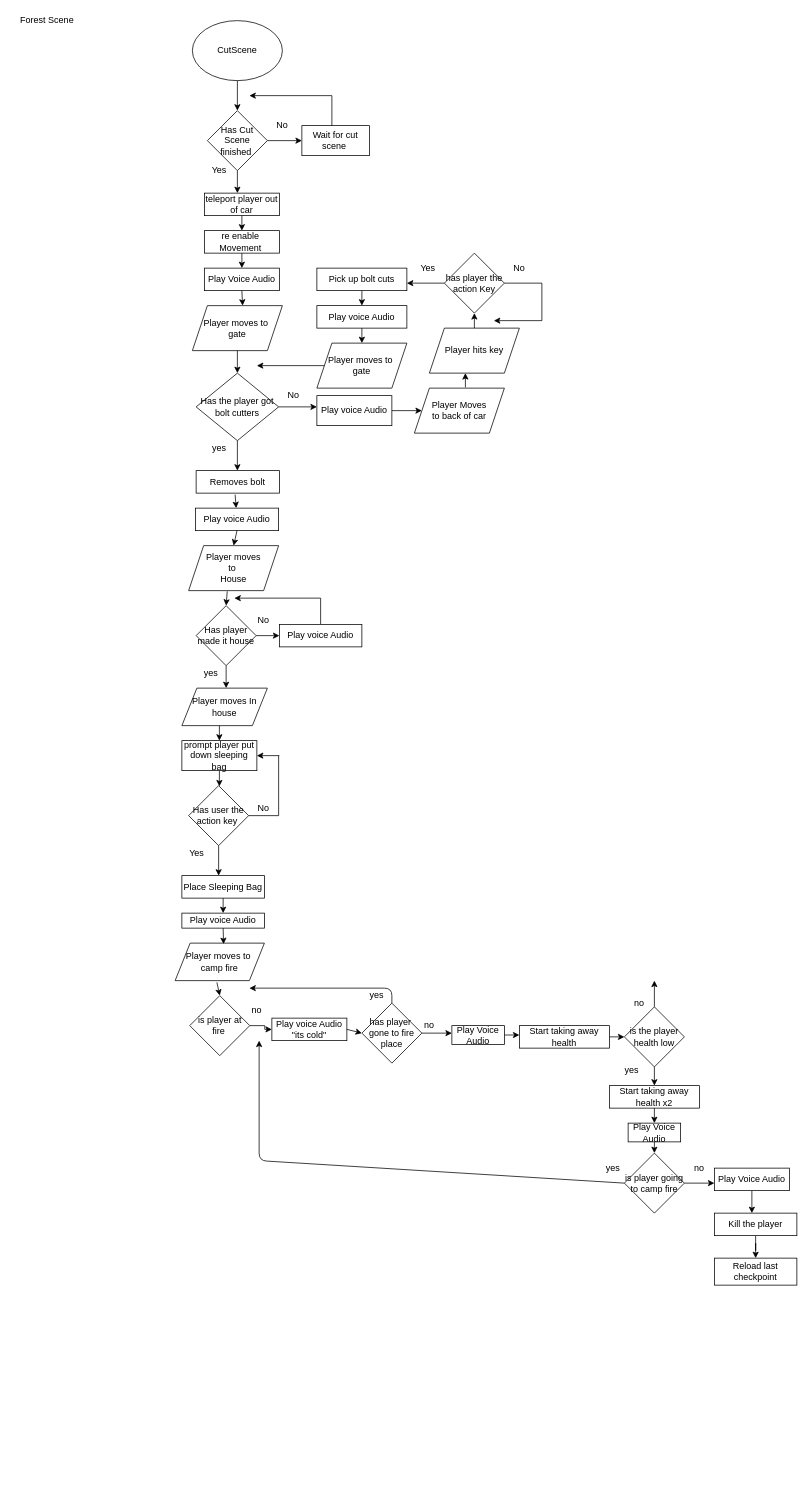
Above: page "Page-2" (2 of 2) of Untitled Diagram.drawio in bennyboy743/Walk-In-Woods-Main (draw.io), before the change. Source tidied: cells renumbered, new cells numbered last; positions are measured from the earlier drawing's top-left corner, leaving out a move shared by most shapes. Both pictures are drawn from the tidied source at 75%, with x=0, y=0 at pixel (13, 13).
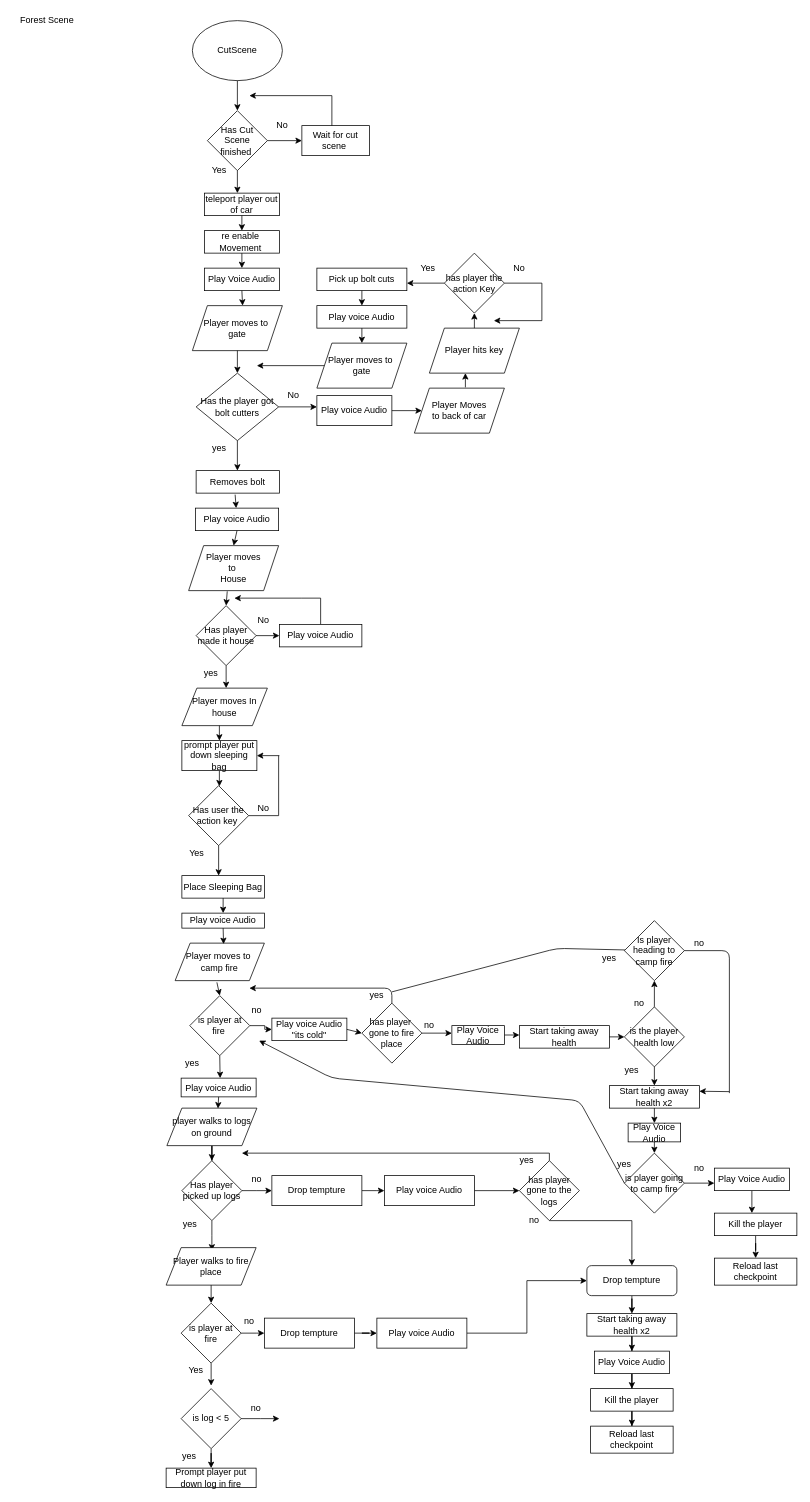
The same diagram, later.

The change refers to these unchanged cells:
```xml
<mxCell id="75" value="is player at fire&amp;nbsp;" style="rhombus;whiteSpace=wrap;html=1;" parent="1" vertex="1">
  <mxGeometry x="235.5" y="1310" width="80" height="80" as="geometry" />
</mxCell>
<mxCell id="84" value="yes" style="text;html=1;strokeColor=none;fillColor=none;align=center;verticalAlign=middle;whiteSpace=wrap;rounded=0;" parent="1" vertex="1">
  <mxGeometry x="465" y="1300" width="40" height="20" as="geometry" />
</mxCell>
<mxCell id="94" value="Start taking away health x2" style="rounded=0;whiteSpace=wrap;html=1;" parent="1" vertex="1">
  <mxGeometry x="795" y="1430" width="120" height="30" as="geometry" />
</mxCell>
<mxCell id="97" value="is player going to camp fire" style="rhombus;whiteSpace=wrap;html=1;" parent="1" vertex="1">
  <mxGeometry x="815" y="1520" width="80" height="80" as="geometry" />
</mxCell>
```

What changed in the source:
```diff
@@
     <mxCell id="99" style="endArrow=classic;html=1;exitX=0;exitY=0.5;exitDx=0;exitDy=0;" parent="1" edge="1" source="97">
       <mxGeometry relative="1" as="geometry">
         <mxPoint x="328" y="1370" as="targetPoint" />
         <Array as="points">
-          <mxPoint x="328" y="1530" />
+          <mxPoint x="755" y="1450" />
+          <mxPoint x="425" y="1420" />
         </Array>
       </mxGeometry>
     </mxCell>
     <mxCell id="100" value="yes" style="text;html=1;strokeColor=none;fillColor=none;align=center;verticalAlign=middle;whiteSpace=wrap;rounded=0;" parent="1" vertex="1">
-      <mxGeometry x="780" y="1530" width="40" height="20" as="geometry" />
+      <mxGeometry x="795" y="1525" width="40" height="20" as="geometry" />
     </mxCell>
@@
+    <mxCell id="108" style="endArrow=classic;html=1;exitX=0.5;exitY=1;exitDx=0;exitDy=0;" parent="1" edge="1" source="75">
+      <mxGeometry relative="1" as="geometry">
+        <mxPoint x="276" y="1420" as="targetPoint" />
+      </mxGeometry>
+    </mxCell>
+    <mxCell id="109" value="yes&lt;br&gt;" style="text;html=1;strokeColor=none;fillColor=none;align=center;verticalAlign=middle;whiteSpace=wrap;rounded=0;" parent="1" vertex="1">
+      <mxGeometry x="219" y="1390" width="40" height="20" as="geometry" />
+    </mxCell>
+    <mxCell id="110" value="Play voice Audio" style="rounded=0;whiteSpace=wrap;html=1;" parent="1" vertex="1">
+      <mxGeometry x="224" y="1420" width="100" height="25" as="geometry" />
+    </mxCell>
+    <mxCell id="111" value="Is player heading to camp fire&lt;br&gt;" style="rhombus;whiteSpace=wrap;html=1;" parent="1" vertex="1">
+      <mxGeometry x="815" y="1210" width="80" height="80" as="geometry" />
+    </mxCell>
+    <mxCell id="112" value="no" style="text;html=1;strokeColor=none;fillColor=none;align=center;verticalAlign=middle;whiteSpace=wrap;rounded=0;" parent="1" vertex="1">
+      <mxGeometry x="895" y="1230" width="40" height="20" as="geometry" />
+    </mxCell>
+    <mxCell id="113" style="endArrow=none;html=1;exitX=0;exitY=1;exitDx=0;exitDy=0;" parent="1" edge="1" source="112">
+      <mxGeometry relative="1" as="geometry">
+        <mxPoint x="955" y="1440" as="targetPoint" />
+        <Array as="points">
+          <mxPoint x="955" y="1250" />
+        </Array>
+      </mxGeometry>
+    </mxCell>
+    <mxCell id="114" style="endArrow=classic;html=1;entryX=1;entryY=0.25;entryDx=0;entryDy=0;" parent="1" edge="1" target="94">
+      <mxGeometry relative="1" as="geometry">
+        <mxPoint x="955" y="1438" as="sourcePoint" />
+      </mxGeometry>
+    </mxCell>
+    <mxCell id="115" value="yes" style="text;html=1;strokeColor=none;fillColor=none;align=center;verticalAlign=middle;whiteSpace=wrap;rounded=0;" parent="1" vertex="1">
+      <mxGeometry x="775" y="1250" width="40" height="20" as="geometry" />
+    </mxCell>
+    <mxCell id="116" style="endArrow=none;html=1;exitX=1;exitY=0.25;exitDx=0;exitDy=0;" parent="1" edge="1" source="84" target="111">
+      <mxGeometry relative="1" as="geometry">
+        <Array as="points">
+          <mxPoint x="725" y="1247" />
+        </Array>
+      </mxGeometry>
+    </mxCell>
+    <mxCell id="117" style="edgeStyle=orthogonalEdgeStyle;rounded=0;jettySize=auto;html=1;" parent="1" edge="1" source="118" target="122">
+      <mxGeometry relative="1" as="geometry" />
+    </mxCell>
+    <mxCell id="118" value="player walks to logs on ground&lt;br&gt;" style="shape=parallelogram;perimeter=parallelogramPerimeter;whiteSpace=wrap;html=1;fixedSize=1;" parent="1" vertex="1">
+      <mxGeometry x="205" y="1460" width="120" height="50" as="geometry" />
+    </mxCell>
+    <mxCell id="119" style="endArrow=classic;html=1;exitX=0.5;exitY=1;exitDx=0;exitDy=0;entryX=0.568;entryY=0.01;entryDx=0;entryDy=0;entryPerimeter=0;" parent="1" edge="1" source="110" target="118">
+      <mxGeometry relative="1" as="geometry" />
+    </mxCell>
+    <mxCell id="120" style="edgeStyle=orthogonalEdgeStyle;rounded=0;jettySize=auto;html=1;" parent="1" edge="1" source="122">
+      <mxGeometry relative="1" as="geometry">
+        <mxPoint x="345" y="1570" as="targetPoint" />
+      </mxGeometry>
+    </mxCell>
+    <mxCell id="121" style="edgeStyle=orthogonalEdgeStyle;rounded=0;jettySize=auto;html=1;" parent="1" edge="1" source="122">
+      <mxGeometry relative="1" as="geometry">
+        <mxPoint x="265" y="1650" as="targetPoint" />
+      </mxGeometry>
+    </mxCell>
+    <mxCell id="122" value="Has player picked up logs" style="rhombus;whiteSpace=wrap;html=1;" parent="1" vertex="1">
+      <mxGeometry x="225" y="1530" width="80" height="80" as="geometry" />
+    </mxCell>
+    <mxCell id="123" value="no" style="text;html=1;strokeColor=none;fillColor=none;align=center;verticalAlign=middle;whiteSpace=wrap;rounded=0;" parent="1" vertex="1">
+      <mxGeometry x="305" y="1545" width="40" height="20" as="geometry" />
+    </mxCell>
+    <mxCell id="124" value="yes" style="text;html=1;strokeColor=none;fillColor=none;align=center;verticalAlign=middle;whiteSpace=wrap;rounded=0;" parent="1" vertex="1">
+      <mxGeometry x="216" y="1605" width="40" height="20" as="geometry" />
+    </mxCell>
+    <mxCell id="125" style="edgeStyle=orthogonalEdgeStyle;rounded=0;jettySize=auto;html=1;" parent="1" edge="1" source="126">
+      <mxGeometry relative="1" as="geometry">
+        <mxPoint x="495" y="1570" as="targetPoint" />
+      </mxGeometry>
+    </mxCell>
+    <mxCell id="126" value="Drop tempture" style="rounded=0;whiteSpace=wrap;html=1;" parent="1" vertex="1">
+      <mxGeometry x="345" y="1550" width="120" height="40" as="geometry" />
+    </mxCell>
+    <mxCell id="127" style="edgeStyle=orthogonalEdgeStyle;rounded=0;jettySize=auto;html=1;entryX=0;entryY=0.5;entryDx=0;entryDy=0;" parent="1" edge="1" source="128" target="133">
+      <mxGeometry relative="1" as="geometry" />
+    </mxCell>
+    <mxCell id="128" value="Play voice Audio" style="rounded=0;whiteSpace=wrap;html=1;" parent="1" vertex="1">
+      <mxGeometry x="495" y="1550" width="120" height="40" as="geometry" />
+    </mxCell>
+    <mxCell id="129" style="edgeStyle=orthogonalEdgeStyle;rounded=0;jettySize=auto;html=1;" parent="1" edge="1" source="130" target="137">
+      <mxGeometry relative="1" as="geometry" />
+    </mxCell>
+    <mxCell id="130" value="Drop tempture" style="rounded=1;whiteSpace=wrap;html=1;" parent="1" vertex="1">
+      <mxGeometry x="765" y="1670" width="120" height="40" as="geometry" />
+    </mxCell>
+    <mxCell id="131" style="edgeStyle=orthogonalEdgeStyle;rounded=0;jettySize=auto;html=1;exitX=0.5;exitY=0;exitDx=0;exitDy=0;" parent="1" edge="1" source="133">
+      <mxGeometry relative="1" as="geometry">
+        <mxPoint x="305" y="1520" as="targetPoint" />
+        <Array as="points">
+          <mxPoint x="715" y="1520" />
+        </Array>
+      </mxGeometry>
+    </mxCell>
+    <mxCell id="132" style="edgeStyle=orthogonalEdgeStyle;rounded=0;jettySize=auto;html=1;exitX=0.5;exitY=1;exitDx=0;exitDy=0;entryX=0.5;entryY=0;entryDx=0;entryDy=0;" parent="1" edge="1" source="133" target="130">
+      <mxGeometry relative="1" as="geometry">
+        <Array as="points">
+          <mxPoint x="825" y="1610" />
+          <mxPoint x="825" y="1656" />
+        </Array>
+      </mxGeometry>
+    </mxCell>
+    <mxCell id="133" value="has player gone to the logs" style="rhombus;whiteSpace=wrap;html=1;" parent="1" vertex="1">
+      <mxGeometry x="675" y="1530" width="80" height="80" as="geometry" />
+    </mxCell>
+    <mxCell id="134" value="yes" style="text;html=1;strokeColor=none;fillColor=none;align=center;verticalAlign=middle;whiteSpace=wrap;rounded=0;" parent="1" vertex="1">
+      <mxGeometry x="665" y="1520" width="40" height="20" as="geometry" />
+    </mxCell>
+    <mxCell id="135" value="no" style="text;html=1;strokeColor=none;fillColor=none;align=center;verticalAlign=middle;whiteSpace=wrap;rounded=0;" parent="1" vertex="1">
+      <mxGeometry x="675" y="1600" width="40" height="20" as="geometry" />
+    </mxCell>
+    <mxCell id="136" style="edgeStyle=orthogonalEdgeStyle;rounded=0;jettySize=auto;html=1;" parent="1" edge="1" source="137" target="139">
+      <mxGeometry relative="1" as="geometry" />
+    </mxCell>
+    <mxCell id="137" value="Start taking away health x2" style="rounded=0;whiteSpace=wrap;html=1;" parent="1" vertex="1">
+      <mxGeometry x="765" y="1734" width="120" height="30" as="geometry" />
+    </mxCell>
+    <mxCell id="138" style="edgeStyle=orthogonalEdgeStyle;rounded=0;jettySize=auto;html=1;" parent="1" edge="1" source="139" target="141">
+      <mxGeometry relative="1" as="geometry" />
+    </mxCell>
+    <mxCell id="139" value="Play Voice Audio" style="rounded=0;whiteSpace=wrap;html=1;" parent="1" vertex="1">
+      <mxGeometry x="775" y="1784" width="100" height="30" as="geometry" />
+    </mxCell>
+    <mxCell id="140" style="edgeStyle=orthogonalEdgeStyle;rounded=0;jettySize=auto;html=1;" parent="1" edge="1" source="141" target="142">
+      <mxGeometry relative="1" as="geometry" />
+    </mxCell>
+    <mxCell id="141" value="Kill the player" style="rounded=0;whiteSpace=wrap;html=1;" parent="1" vertex="1">
+      <mxGeometry x="770" y="1834" width="110" height="30" as="geometry" />
+    </mxCell>
+    <mxCell id="142" value="Reload last checkpoint" style="rounded=0;whiteSpace=wrap;html=1;" parent="1" vertex="1">
+      <mxGeometry x="770" y="1884" width="110" height="36" as="geometry" />
+    </mxCell>
+    <mxCell id="143" value="Player walks to fire place" style="shape=parallelogram;perimeter=parallelogramPerimeter;whiteSpace=wrap;html=1;fixedSize=1;" parent="1" vertex="1">
+      <mxGeometry x="204" y="1646" width="120" height="50" as="geometry" />
+    </mxCell>
+    <mxCell id="144" style="edgeStyle=orthogonalEdgeStyle;rounded=0;jettySize=auto;html=1;" parent="1" edge="1" source="146">
+      <mxGeometry relative="1" as="geometry">
+        <mxPoint x="335" y="1760" as="targetPoint" />
+      </mxGeometry>
+    </mxCell>
+    <mxCell id="145" style="edgeStyle=orthogonalEdgeStyle;rounded=0;jettySize=auto;html=1;" parent="1" edge="1" source="146">
+      <mxGeometry relative="1" as="geometry">
+        <mxPoint x="264" y="1830" as="targetPoint" />
+      </mxGeometry>
+    </mxCell>
+    <mxCell id="146" value="is player at fire" style="rhombus;whiteSpace=wrap;html=1;" parent="1" vertex="1">
+      <mxGeometry x="224" y="1720" width="80" height="80" as="geometry" />
+    </mxCell>
+    <mxCell id="147" style="endArrow=classic;html=1;exitX=0.5;exitY=1;exitDx=0;exitDy=0;entryX=0.5;entryY=0;entryDx=0;entryDy=0;" parent="1" edge="1" source="143" target="146">
+      <mxGeometry relative="1" as="geometry" />
+    </mxCell>
+    <mxCell id="148" value="no" style="text;html=1;strokeColor=none;fillColor=none;align=center;verticalAlign=middle;whiteSpace=wrap;rounded=0;" parent="1" vertex="1">
+      <mxGeometry x="295" y="1734" width="40" height="20" as="geometry" />
+    </mxCell>
+    <mxCell id="149" style="edgeStyle=orthogonalEdgeStyle;rounded=0;jettySize=auto;html=1;" parent="1" edge="1" source="150" target="152">
+      <mxGeometry relative="1" as="geometry" />
+    </mxCell>
+    <mxCell id="150" value="Drop tempture" style="rounded=0;whiteSpace=wrap;html=1;" parent="1" vertex="1">
+      <mxGeometry x="335" y="1740" width="120" height="40" as="geometry" />
+    </mxCell>
+    <mxCell id="151" style="edgeStyle=orthogonalEdgeStyle;rounded=0;jettySize=auto;html=1;entryX=0;entryY=0.5;entryDx=0;entryDy=0;" parent="1" edge="1" source="152" target="130">
+      <mxGeometry relative="1" as="geometry" />
+    </mxCell>
+    <mxCell id="152" value="Play voice Audio" style="rounded=0;whiteSpace=wrap;html=1;" parent="1" vertex="1">
+      <mxGeometry x="485" y="1740" width="120" height="40" as="geometry" />
+    </mxCell>
+    <mxCell id="153" value="Prompt player put down log in fire" style="rounded=0;whiteSpace=wrap;html=1;" parent="1" vertex="1">
+      <mxGeometry x="204" y="1940" width="120" height="26" as="geometry" />
+    </mxCell>
+    <mxCell id="154" value="Yes" style="text;html=1;strokeColor=none;fillColor=none;align=center;verticalAlign=middle;whiteSpace=wrap;rounded=0;" parent="1" vertex="1">
+      <mxGeometry x="224" y="1800" width="40" height="20" as="geometry" />
+    </mxCell>
+    <mxCell id="155" style="edgeStyle=orthogonalEdgeStyle;rounded=0;jettySize=auto;html=1;" parent="1" edge="1" source="157" target="153">
+      <mxGeometry relative="1" as="geometry" />
+    </mxCell>
+    <mxCell id="156" style="edgeStyle=orthogonalEdgeStyle;rounded=0;jettySize=auto;html=1;" parent="1" edge="1" source="157">
+      <mxGeometry relative="1" as="geometry">
+        <mxPoint x="355" y="1874" as="targetPoint" />
+      </mxGeometry>
+    </mxCell>
+    <mxCell id="157" value="is log &amp;lt; 5" style="rhombus;whiteSpace=wrap;html=1;" parent="1" vertex="1">
+      <mxGeometry x="224" y="1834" width="80" height="80" as="geometry" />
+    </mxCell>
+    <mxCell id="158" value="yes" style="text;html=1;strokeColor=none;fillColor=none;align=center;verticalAlign=middle;whiteSpace=wrap;rounded=0;" parent="1" vertex="1">
+      <mxGeometry x="215" y="1914" width="40" height="20" as="geometry" />
+    </mxCell>
+    <mxCell id="159" value="no" style="text;html=1;strokeColor=none;fillColor=none;align=center;verticalAlign=middle;whiteSpace=wrap;rounded=0;" parent="1" vertex="1">
+      <mxGeometry x="304" y="1850" width="40" height="20" as="geometry" />
+    </mxCell>
```
